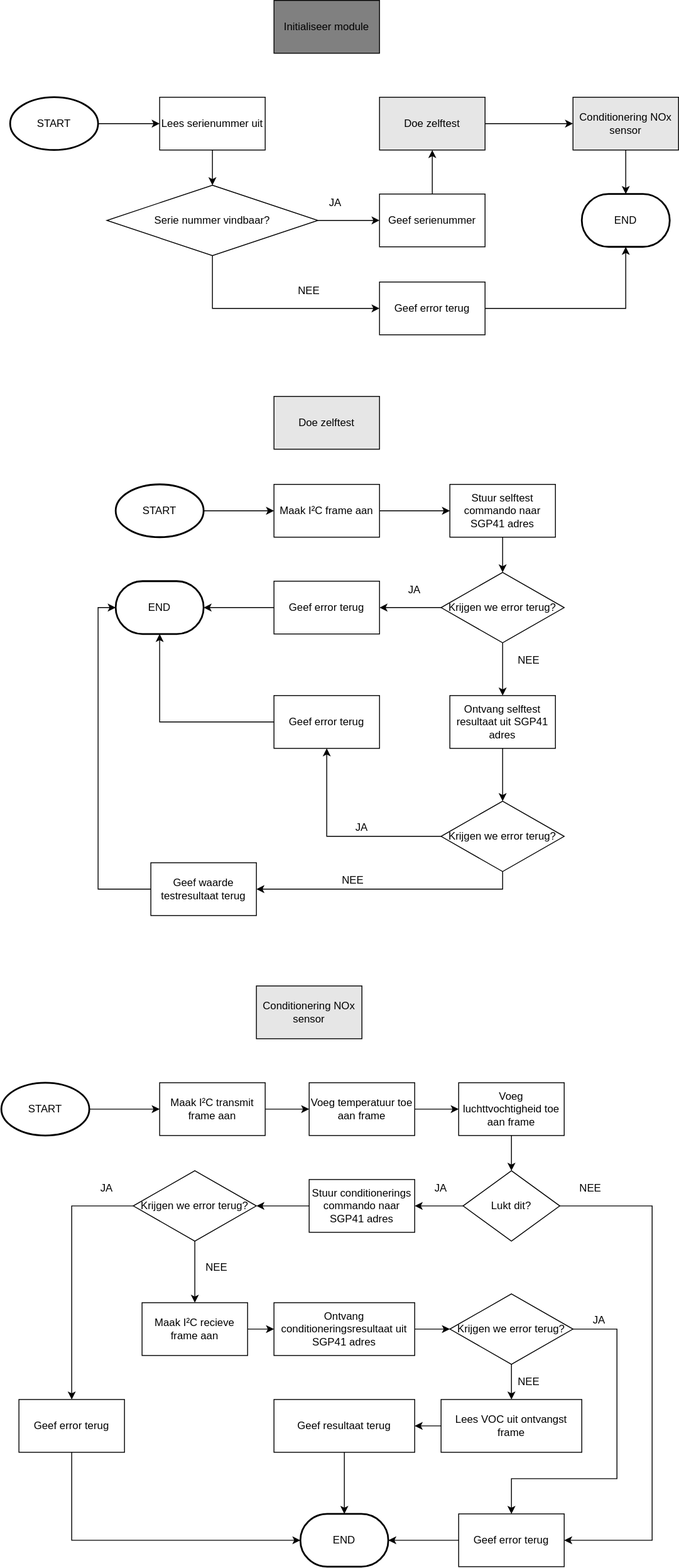
Earlier version of the draw.io export assets/FlowChart-SGP41-D-R4_2.svg (747oli/Luchtkwaliteitssensor_analyse). Source tidied: cells renumbered, new cells last; positions are measured from the earlier drawing's top-left corner, leaving out a move shared by most shapes.
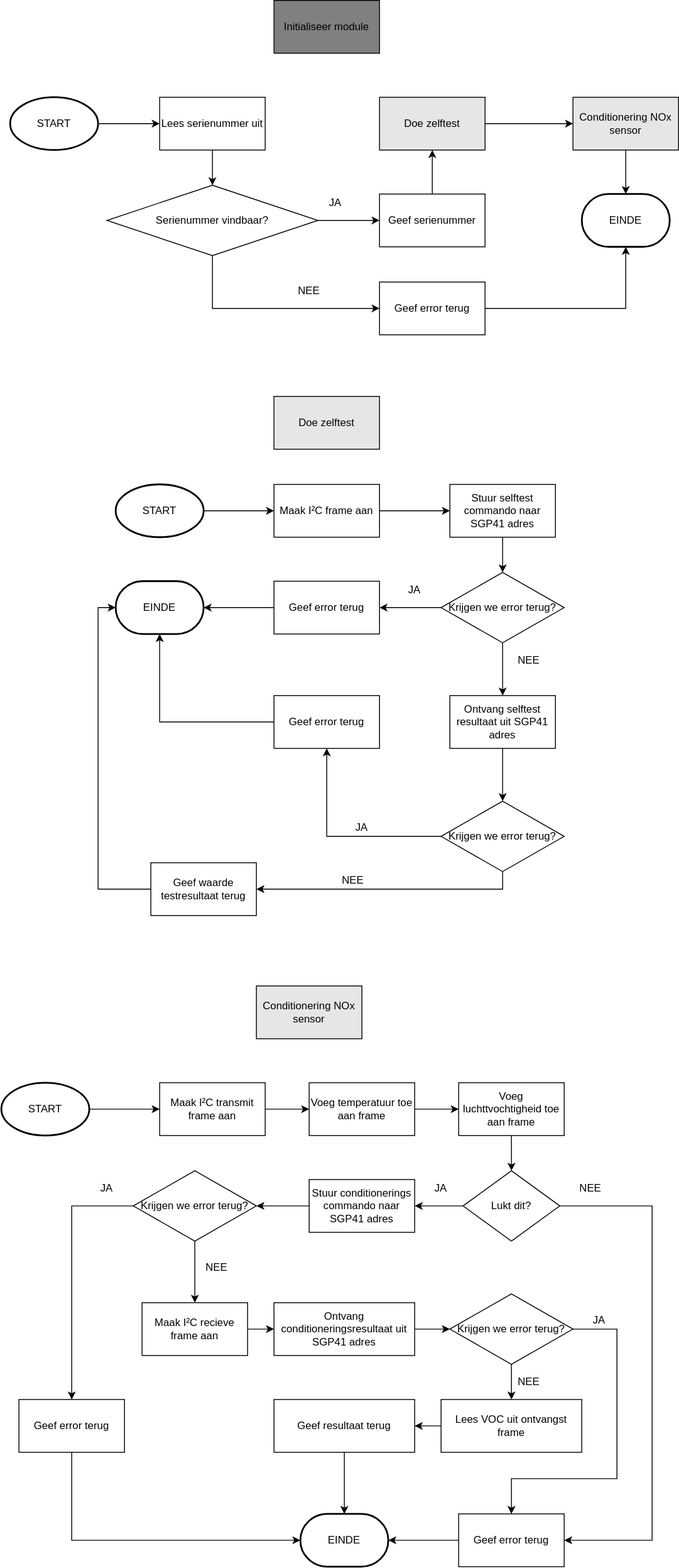
The same file after the commit.

What changed in the source:
```diff
@@ -23,7 +23,7 @@
     <mxCell id="8" style="edgeStyle=orthogonalEdgeStyle;rounded=0;jettySize=auto;html=1;exitX=0.5;exitY=1;exitDx=0;exitDy=0;entryX=0;entryY=0.5;entryDx=0;entryDy=0;" parent="1" edge="1" source="9" target="83">
       <mxGeometry relative="1" as="geometry" />
     </mxCell>
-    <mxCell id="9" value="Serie nummer vindbaar?" style="rhombus;whiteSpace=wrap;html=1;strokeColor=#000000;fillColor=#FFFFFF;" parent="1" vertex="1">
+    <mxCell id="9" value="Serienummer vindbaar?" style="rhombus;whiteSpace=wrap;html=1;strokeColor=#000000;fillColor=#FFFFFF;" parent="1" vertex="1">
       <mxGeometry x="120" y="210" width="240" height="80" as="geometry" />
     </mxCell>
     <mxCell id="10" style="edgeStyle=orthogonalEdgeStyle;rounded=0;jettySize=auto;html=1;" parent="1" edge="1" source="11" target="42">
@@ -38,7 +38,7 @@
     <mxCell id="13" value="Geef serienummer" style="rounded=0;whiteSpace=wrap;html=1;strokeColor=#000000;fillColor=#FFFFFF;" parent="1" vertex="1">
       <mxGeometry x="430" y="220" width="120" height="60" as="geometry" />
     </mxCell>
-    <mxCell id="14" value="END" style="strokeWidth=2;html=1;shape=mxgraph.flowchart.terminator;whiteSpace=wrap;fillColor=#FFFFFF;" parent="1" vertex="1">
+    <mxCell id="14" value="EINDE" style="strokeWidth=2;html=1;shape=mxgraph.flowchart.terminator;whiteSpace=wrap;fillColor=#FFFFFF;" parent="1" vertex="1">
       <mxGeometry x="660" y="220" width="100" height="60" as="geometry" />
     </mxCell>
     <mxCell id="15" value="Doe zelftest" style="rounded=0;whiteSpace=wrap;html=1;strokeColor=#000000;fillColor=#E6E6E6;" parent="1" vertex="1">
@@ -77,7 +77,7 @@
     <mxCell id="26" value="Krijgen we error terug?" style="rhombus;whiteSpace=wrap;html=1;strokeColor=#000000;fillColor=#FFFFFF;" parent="1" vertex="1">
       <mxGeometry x="500" y="650" width="140" height="80" as="geometry" />
     </mxCell>
-    <mxCell id="27" value="END" style="strokeWidth=2;html=1;shape=mxgraph.flowchart.terminator;whiteSpace=wrap;fillColor=#FFFFFF;" parent="1" vertex="1">
+    <mxCell id="27" value="EINDE" style="strokeWidth=2;html=1;shape=mxgraph.flowchart.terminator;whiteSpace=wrap;fillColor=#FFFFFF;" parent="1" vertex="1">
       <mxGeometry x="130" y="660" width="100" height="60" as="geometry" />
     </mxCell>
     <mxCell id="28" style="edgeStyle=orthogonalEdgeStyle;rounded=0;jettySize=auto;html=1;entryX=1;entryY=0.5;entryDx=0;entryDy=0;entryPerimeter=0;" parent="1" edge="1" source="29" target="27">
@@ -235,7 +235,7 @@
     <mxCell id="75" value="Geef resultaat terug" style="rounded=0;whiteSpace=wrap;html=1;strokeColor=#000000;fillColor=#FFFFFF;" parent="1" vertex="1">
       <mxGeometry x="310" y="1590" width="160" height="60" as="geometry" />
     </mxCell>
-    <mxCell id="76" value="END" style="strokeWidth=2;html=1;shape=mxgraph.flowchart.terminator;whiteSpace=wrap;fillColor=#FFFFFF;" parent="1" vertex="1">
+    <mxCell id="76" value="EINDE" style="strokeWidth=2;html=1;shape=mxgraph.flowchart.terminator;whiteSpace=wrap;fillColor=#FFFFFF;" parent="1" vertex="1">
       <mxGeometry x="340" y="1720" width="100" height="60" as="geometry" />
     </mxCell>
     <mxCell id="77" value="NEE" style="text;html=1;strokeColor=none;fillColor=none;align=center;verticalAlign=middle;whiteSpace=wrap;rounded=0;" parent="1" vertex="1">
```
